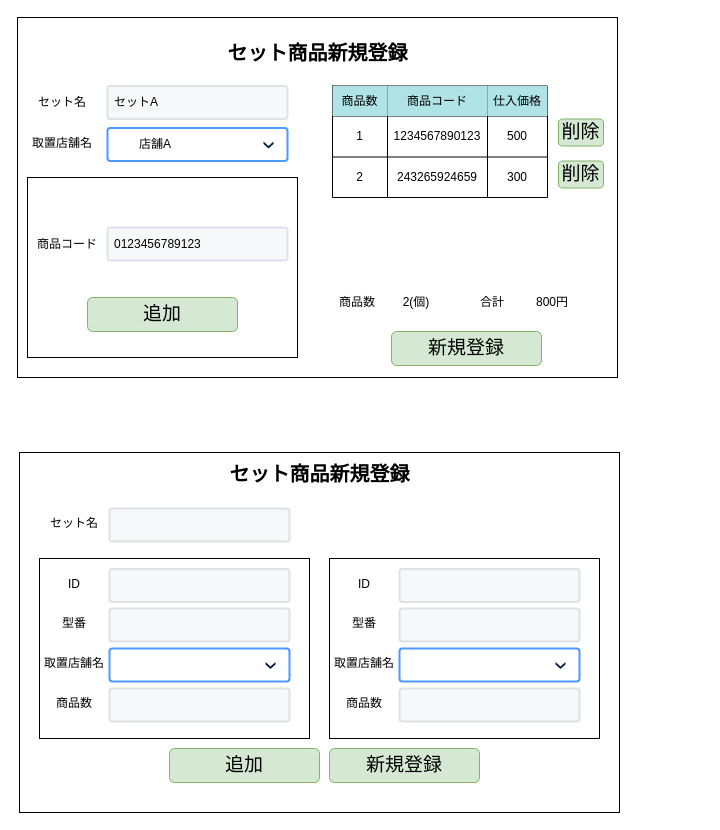
HaruShim/Sotuken keeps this draw.io diagram as page "S07-02 セット商品新規登録" (2 of 4) of 各種設計書/6.画面設計書/S07_在庫.drawio. Above is the earlier version. Source tidied: cells renumbered, new cells numbered last; positions are measured from the earlier drawing's top-left corner, leaving out a move shared by most shapes. Both pictures are drawn from the tidied source at 100%, with x=0, y=0 at pixel (17, 17).
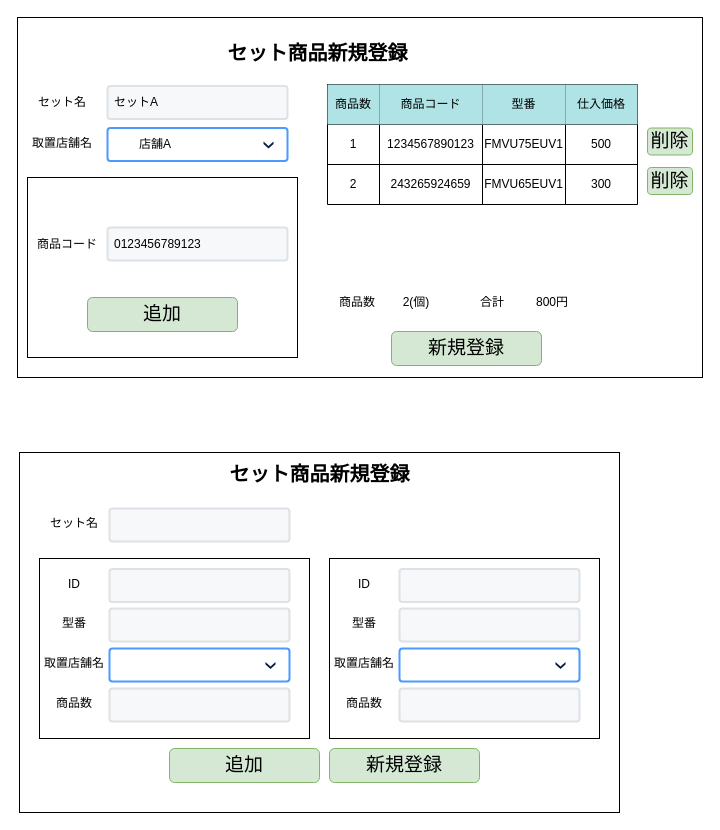
Above is the later version.

What changed in the source:
```diff
@@
     <mxCell id="2" style="rounded=0;whiteSpace=wrap;html=1;" parent="1" vertex="1">
-      <mxGeometry width="600" height="360" as="geometry" />
+      <mxGeometry width="685" height="360" as="geometry" />
     </mxCell>
@@
-    <mxCell id="14" style="shape=table;startSize=0;childLayout=tableLayout;" parent="1" vertex="1">
-      <mxGeometry x="315" y="68.5" width="215" height="111.5" as="geometry" />
-    </mxCell>
-    <mxCell id="15" style="shape=partialRectangle;fillColor=none;top=0;left=0;bottom=0;right=0;" parent="14" vertex="1">
-      <mxGeometry width="215" height="30" as="geometry" />
-    </mxCell>
-    <mxCell id="16" value="商品数" style="shape=partialRectangle;html=1;whiteSpace=wrap;overflow=hidden;fillColor=#b0e3e6;top=0;left=0;bottom=0;right=0;strokeColor=#0e8088;" parent="15" vertex="1">
-      <mxGeometry width="55" height="30" as="geometry" />
-    </mxCell>
-    <mxCell id="17" value="商品コード" style="shape=partialRectangle;html=1;whiteSpace=wrap;overflow=hidden;fillColor=#b0e3e6;top=0;left=0;bottom=0;right=0;strokeColor=#0e8088;" parent="15" vertex="1">
-      <mxGeometry x="55" width="100" height="30" as="geometry" />
-    </mxCell>
-    <mxCell id="18" value="仕入価格" style="shape=partialRectangle;html=1;whiteSpace=wrap;overflow=hidden;fillColor=#b0e3e6;top=0;left=0;bottom=0;right=0;strokeColor=#0e8088;" parent="15" vertex="1">
-      <mxGeometry x="155" width="60" height="30" as="geometry" />
-    </mxCell>
-    <mxCell id="19" style="shape=partialRectangle;fillColor=none;top=0;left=0;bottom=0;right=0;" parent="14" vertex="1">
-      <mxGeometry y="30" width="215" height="41" as="geometry" />
-    </mxCell>
-    <mxCell id="20" value="1" style="shape=partialRectangle;html=1;whiteSpace=wrap;overflow=hidden;fillColor=none;top=0;left=0;bottom=0;right=0;" parent="19" vertex="1">
-      <mxGeometry width="55" height="41" as="geometry" />
-    </mxCell>
-    <mxCell id="21" value="1234567890123" style="shape=partialRectangle;html=1;whiteSpace=wrap;overflow=hidden;fillColor=none;top=0;left=0;bottom=0;right=0;" parent="19" vertex="1">
-      <mxGeometry x="55" width="100" height="41" as="geometry" />
-    </mxCell>
-    <mxCell id="22" value="500" style="shape=partialRectangle;html=1;whiteSpace=wrap;overflow=hidden;fillColor=none;top=0;left=0;bottom=0;right=0;" parent="19" vertex="1">
-      <mxGeometry x="155" width="60" height="41" as="geometry" />
-    </mxCell>
-    <mxCell id="23" style="shape=partialRectangle;fillColor=none;top=0;left=0;bottom=0;right=0;" parent="14" vertex="1">
-      <mxGeometry y="71" width="215" height="41" as="geometry" />
-    </mxCell>
-    <mxCell id="24" value="2" style="shape=partialRectangle;html=1;whiteSpace=wrap;overflow=hidden;fillColor=none;top=0;left=0;bottom=0;right=0;" parent="23" vertex="1">
-      <mxGeometry width="55" height="41" as="geometry" />
-    </mxCell>
-    <mxCell id="25" value="243265924659" style="shape=partialRectangle;html=1;whiteSpace=wrap;overflow=hidden;fillColor=none;top=0;left=0;bottom=0;right=0;" parent="23" vertex="1">
-      <mxGeometry x="55" width="100" height="41" as="geometry" />
-    </mxCell>
-    <mxCell id="26" value="300" style="shape=partialRectangle;html=1;whiteSpace=wrap;overflow=hidden;fillColor=none;top=0;left=0;bottom=0;right=0;" parent="23" vertex="1">
-      <mxGeometry x="155" width="60" height="41" as="geometry" />
-    </mxCell>
@@
     <mxCell id="29" value="&lt;span style=&quot;font-size: 19px&quot;&gt;削除&lt;/span&gt;" style="rounded=1;whiteSpace=wrap;html=1;align=center;labelBackgroundColor=none;fillColor=#d5e8d4;strokeColor=#82b366;" parent="1" vertex="1">
-      <mxGeometry x="541" y="101.5" width="45" height="27" as="geometry" />
+      <mxGeometry x="630" y="110.5" width="45" height="27" as="geometry" />
     </mxCell>
     <mxCell id="30" value="&lt;span style=&quot;font-size: 19px&quot;&gt;削除&lt;/span&gt;" style="rounded=1;whiteSpace=wrap;html=1;align=center;labelBackgroundColor=none;fillColor=#d5e8d4;strokeColor=#82b366;" parent="1" vertex="1">
-      <mxGeometry x="541" y="143.5" width="45" height="27" as="geometry" />
+      <mxGeometry x="630" y="150" width="45" height="27" as="geometry" />
     </mxCell>
@@
+    <mxCell id="61" style="shape=table;startSize=0;childLayout=tableLayout;" parent="1" vertex="1">
+      <mxGeometry x="310" y="67" width="310" height="120" as="geometry" />
+    </mxCell>
+    <mxCell id="62" style="shape=partialRectangle;fillColor=none;top=0;left=0;bottom=0;right=0;" parent="61" vertex="1">
+      <mxGeometry width="310" height="40" as="geometry" />
+    </mxCell>
+    <mxCell id="16" value="商品数" style="shape=partialRectangle;html=1;whiteSpace=wrap;overflow=hidden;fillColor=#b0e3e6;top=0;left=0;bottom=0;right=0;strokeColor=#0e8088;" parent="62" vertex="1">
+      <mxGeometry width="52" height="40" as="geometry" />
+    </mxCell>
+    <mxCell id="17" value="商品コード" style="shape=partialRectangle;html=1;whiteSpace=wrap;overflow=hidden;fillColor=#b0e3e6;top=0;left=0;bottom=0;right=0;strokeColor=#0e8088;" parent="62" vertex="1">
+      <mxGeometry x="52" width="103" height="40" as="geometry" />
+    </mxCell>
+    <mxCell id="63" value="型番" style="shape=partialRectangle;html=1;whiteSpace=wrap;overflow=hidden;fillColor=#b0e3e6;top=0;left=0;bottom=0;right=0;strokeColor=#0e8088;" parent="62" vertex="1">
+      <mxGeometry x="155" width="83" height="40" as="geometry" />
+    </mxCell>
+    <mxCell id="18" value="仕入価格" style="shape=partialRectangle;html=1;whiteSpace=wrap;overflow=hidden;fillColor=#b0e3e6;top=0;left=0;bottom=0;right=0;strokeColor=#0e8088;" parent="62" vertex="1">
+      <mxGeometry x="238" width="72" height="40" as="geometry" />
+    </mxCell>
+    <mxCell id="64" style="shape=partialRectangle;fillColor=none;top=0;left=0;bottom=0;right=0;" parent="61" vertex="1">
+      <mxGeometry y="40" width="310" height="40" as="geometry" />
+    </mxCell>
+    <mxCell id="20" value="1" style="shape=partialRectangle;html=1;whiteSpace=wrap;overflow=hidden;fillColor=none;top=0;left=0;bottom=0;right=0;" parent="64" vertex="1">
+      <mxGeometry width="52" height="40" as="geometry" />
+    </mxCell>
+    <mxCell id="21" value="&lt;span&gt;1234567890123&lt;/span&gt;" style="shape=partialRectangle;html=1;whiteSpace=wrap;overflow=hidden;fillColor=none;top=0;left=0;bottom=0;right=0;" parent="64" vertex="1">
+      <mxGeometry x="52" width="103" height="40" as="geometry" />
+    </mxCell>
+    <mxCell id="65" value="&lt;span&gt;FMVU75EUV1&lt;/span&gt;" style="shape=partialRectangle;html=1;whiteSpace=wrap;overflow=hidden;fillColor=none;top=0;left=0;bottom=0;right=0;" parent="64" vertex="1">
+      <mxGeometry x="155" width="83" height="40" as="geometry" />
+    </mxCell>
+    <mxCell id="22" value="500" style="shape=partialRectangle;html=1;whiteSpace=wrap;overflow=hidden;fillColor=none;top=0;left=0;bottom=0;right=0;" parent="64" vertex="1">
+      <mxGeometry x="238" width="72" height="40" as="geometry" />
+    </mxCell>
+    <mxCell id="66" style="shape=partialRectangle;fillColor=none;top=0;left=0;bottom=0;right=0;" parent="61" vertex="1">
+      <mxGeometry y="80" width="310" height="40" as="geometry" />
+    </mxCell>
+    <mxCell id="24" value="2" style="shape=partialRectangle;html=1;whiteSpace=wrap;overflow=hidden;fillColor=none;top=0;left=0;bottom=0;right=0;" parent="66" vertex="1">
+      <mxGeometry width="52" height="40" as="geometry" />
+    </mxCell>
+    <mxCell id="25" value="&lt;span&gt;243265924659&lt;/span&gt;" style="shape=partialRectangle;html=1;whiteSpace=wrap;overflow=hidden;fillColor=none;top=0;left=0;bottom=0;right=0;" parent="66" vertex="1">
+      <mxGeometry x="52" width="103" height="40" as="geometry" />
+    </mxCell>
+    <mxCell id="67" value="&lt;span&gt;FMVU65EUV1&lt;/span&gt;" style="shape=partialRectangle;html=1;whiteSpace=wrap;overflow=hidden;fillColor=none;top=0;left=0;bottom=0;right=0;" parent="66" vertex="1">
+      <mxGeometry x="155" width="83" height="40" as="geometry" />
+    </mxCell>
+    <mxCell id="26" value="300" style="shape=partialRectangle;html=1;whiteSpace=wrap;overflow=hidden;fillColor=none;top=0;left=0;bottom=0;right=0;" parent="66" vertex="1">
+      <mxGeometry x="238" width="72" height="40" as="geometry" />
+    </mxCell>
```
